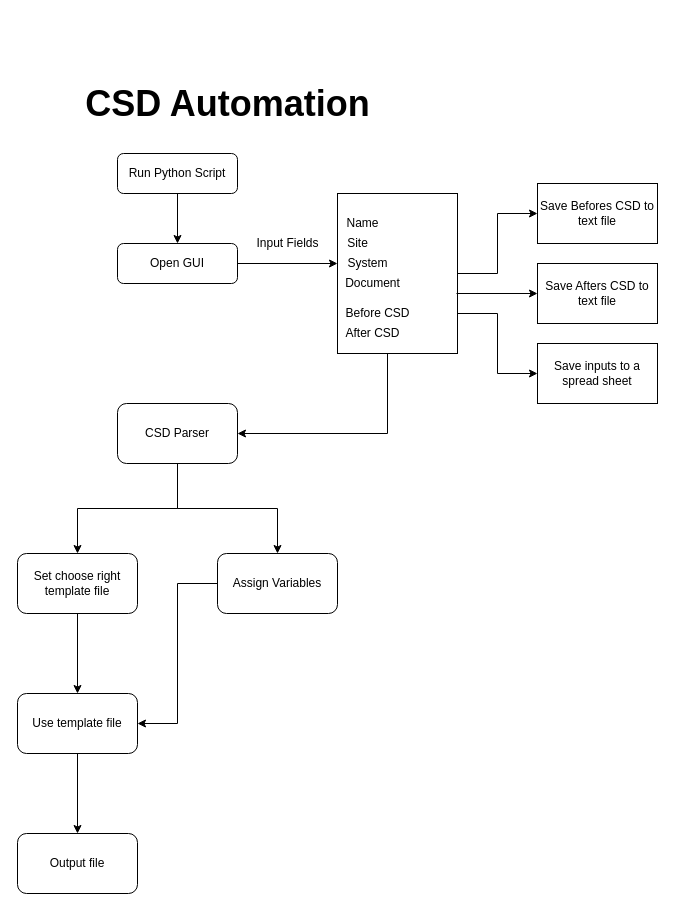
Before: Untitled Diagram.drawio in Danster3/AutoPaperWork, a draw.io diagram. Source tidied: cells renumbered, new cells numbered last; positions are measured from the earlier drawing's top-left corner, leaving out a move shared by most shapes. Both pictures are drawn from the tidied source at 100%, with x=0, y=0 at pixel (17, 88).
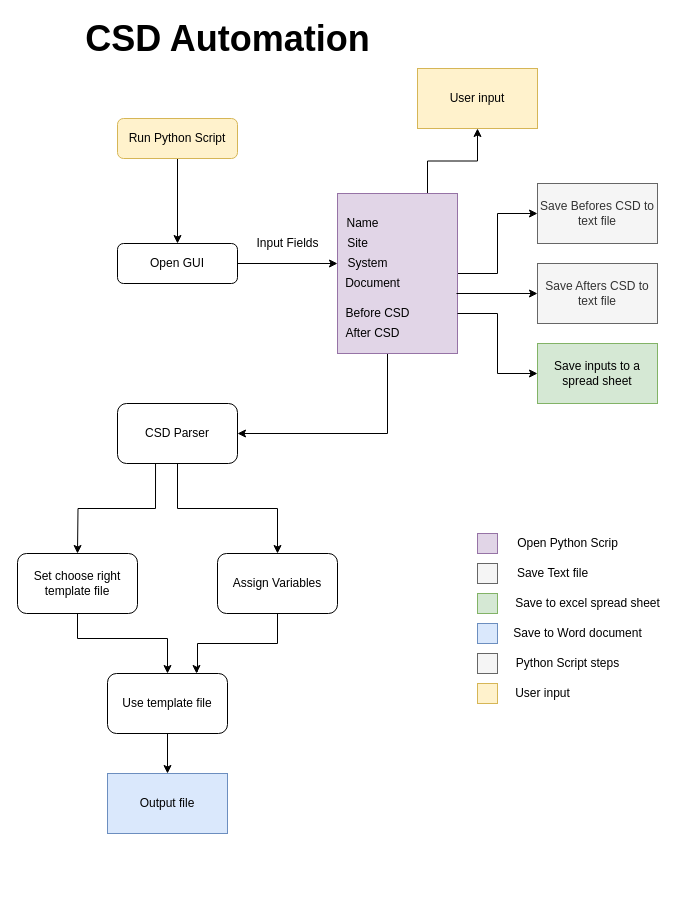
The same diagram, later.

Unchanged cells that the change refers to:
```xml
<mxCell id="19" value="CSD Parser" style="rounded=1;whiteSpace=wrap;html=1;" parent="1" vertex="1">
  <mxGeometry x="100" y="315" width="120" height="60" as="geometry" />
</mxCell>
<mxCell id="21" value="Assign Variables" style="rounded=1;whiteSpace=wrap;html=1;" parent="1" vertex="1">
  <mxGeometry x="200" y="465" width="120" height="60" as="geometry" />
</mxCell>
<mxCell id="28" value="Set choose right template file" style="rounded=1;whiteSpace=wrap;html=1;" parent="1" vertex="1">
  <mxGeometry y="465" width="120" height="60" as="geometry" />
</mxCell>
```

Change to the diagram source:
```diff
@@
-    <mxCell id="3" value="Run Python Script" style="rounded=1;whiteSpace=wrap;html=1;fontSize=12;glass=0;strokeWidth=1;shadow=0;" parent="1" vertex="1">
-      <mxGeometry x="100" y="65" width="120" height="40" as="geometry" />
+    <mxCell id="3" value="Run Python Script" style="rounded=1;whiteSpace=wrap;html=1;fontSize=12;glass=0;strokeWidth=1;shadow=0;fillColor=#fff2cc;strokeColor=#d6b656;" parent="1" vertex="1">
+      <mxGeometry x="100" y="30" width="120" height="40" as="geometry" />
     </mxCell>
     <mxCell id="4" value="&lt;font style=&quot;font-size: 36px&quot;&gt;&lt;b&gt;CSD Automation&lt;/b&gt;&lt;/font&gt;&lt;br&gt;" style="text;html=1;align=center;verticalAlign=middle;strokeColor=none;" parent="1" vertex="1">
-      <mxGeometry x="60" width="300" height="30" as="geometry" />
+      <mxGeometry x="60" y="-65" width="300" height="30" as="geometry" />
     </mxCell>
@@
+    <mxCell id="32" style="edgeStyle=orthogonalEdgeStyle;rounded=0;jettySize=auto;html=1;exitX=0.75;exitY=0;exitDx=0;exitDy=0;entryX=0.5;entryY=1;entryDx=0;entryDy=0;" parent="1" edge="1" source="9" target="44">
+      <mxGeometry relative="1" as="geometry" />
+    </mxCell>
-    <mxCell id="9" style="rounded=0;whiteSpace=wrap;html=1;" parent="1" vertex="1">
+    <mxCell id="9" style="rounded=0;whiteSpace=wrap;html=1;fillColor=#e1d5e7;strokeColor=#9673a6;" parent="1" vertex="1">
       <mxGeometry x="320" y="105" width="120" height="160" as="geometry" />
     </mxCell>
@@
-    <mxCell id="18" style="edgeStyle=orthogonalEdgeStyle;rounded=0;jettySize=auto;html=1;" parent="1" edge="1" source="19" target="28">
-      <mxGeometry relative="1" as="geometry" />
+    <mxCell id="18" style="edgeStyle=orthogonalEdgeStyle;rounded=0;jettySize=auto;html=1;exitX=0.317;exitY=1;exitDx=0;exitDy=0;exitPerimeter=0;" parent="1" edge="1" source="19">
+      <mxGeometry relative="1" as="geometry">
+        <mxPoint x="60" y="465" as="targetPoint" />
+      </mxGeometry>
     </mxCell>
@@
-    <mxCell id="20" style="edgeStyle=orthogonalEdgeStyle;rounded=0;jettySize=auto;html=1;entryX=1;entryY=0.5;entryDx=0;entryDy=0;" parent="1" edge="1" source="21" target="30">
-      <mxGeometry relative="1" as="geometry" />
+    <mxCell id="20" style="edgeStyle=orthogonalEdgeStyle;rounded=0;jettySize=auto;html=1;" parent="1" edge="1" source="21">
+      <mxGeometry relative="1" as="geometry">
+        <mxPoint x="179" y="585" as="targetPoint" />
+        <Array as="points">
+          <mxPoint x="260" y="555" />
+          <mxPoint x="180" y="555" />
+          <mxPoint x="180" y="583" />
+          <mxPoint x="179" y="583" />
+        </Array>
+      </mxGeometry>
     </mxCell>
@@
-    <mxCell id="22" value="Save Befores CSD to text file" style="whiteSpace=wrap;html=1;rounded=0;" parent="1" vertex="1">
+    <mxCell id="22" value="Save Befores CSD to text file" style="whiteSpace=wrap;html=1;rounded=0;fillColor=#f5f5f5;strokeColor=#666666;fontColor=#333333;" parent="1" vertex="1">
       <mxGeometry x="520" y="95" width="120" height="60" as="geometry" />
     </mxCell>
-    <mxCell id="23" value="Save Afters CSD to text file" style="whiteSpace=wrap;html=1;rounded=0;" parent="1" vertex="1">
+    <mxCell id="23" value="Save Afters CSD to text file" style="whiteSpace=wrap;html=1;rounded=0;fillColor=#f5f5f5;strokeColor=#666666;fontColor=#333333;" parent="1" vertex="1">
       <mxGeometry x="520" y="175" width="120" height="60" as="geometry" />
     </mxCell>
@@
-    <mxCell id="25" value="Save inputs to a spread sheet" style="whiteSpace=wrap;html=1;rounded=0;" parent="1" vertex="1">
+    <mxCell id="25" value="Save inputs to a spread sheet" style="whiteSpace=wrap;html=1;rounded=0;fillColor=#d5e8d4;strokeColor=#82b366;" parent="1" vertex="1">
       <mxGeometry x="520" y="255" width="120" height="60" as="geometry" />
     </mxCell>
@@
-    <mxCell id="27" style="edgeStyle=orthogonalEdgeStyle;rounded=0;jettySize=auto;html=1;" parent="1" edge="1" source="28" target="30">
-      <mxGeometry relative="1" as="geometry" />
+    <mxCell id="27" style="edgeStyle=orthogonalEdgeStyle;rounded=0;jettySize=auto;html=1;" parent="1" edge="1" target="30">
+      <mxGeometry relative="1" as="geometry">
+        <mxPoint x="60" y="525" as="sourcePoint" />
+        <Array as="points">
+          <mxPoint x="60" y="550" />
+          <mxPoint x="150" y="550" />
+        </Array>
+      </mxGeometry>
     </mxCell>
@@
     <mxCell id="30" value="Use template file" style="rounded=1;whiteSpace=wrap;html=1;" parent="1" vertex="1">
-      <mxGeometry y="605" width="120" height="60" as="geometry" />
+      <mxGeometry x="90" y="585" width="120" height="60" as="geometry" />
     </mxCell>
-    <mxCell id="31" value="Output file" style="rounded=1;whiteSpace=wrap;html=1;" parent="1" vertex="1">
-      <mxGeometry y="745" width="120" height="60" as="geometry" />
+    <mxCell id="31" value="Output file" style="rounded=0;whiteSpace=wrap;html=1;fillColor=#dae8fc;strokeColor=#6c8ebf;" parent="1" vertex="1">
+      <mxGeometry x="90" y="685" width="120" height="60" as="geometry" />
     </mxCell>
+    <mxCell id="33" style="rounded=0;whiteSpace=wrap;html=1;fillColor=#e1d5e7;strokeColor=#9673a6;" parent="1" vertex="1">
+      <mxGeometry x="460" y="445" width="20" height="20" as="geometry" />
+    </mxCell>
+    <mxCell id="34" style="rounded=0;whiteSpace=wrap;html=1;fillColor=#f5f5f5;strokeColor=#666666;fontColor=#333333;" parent="1" vertex="1">
+      <mxGeometry x="460" y="475" width="20" height="20" as="geometry" />
+    </mxCell>
+    <mxCell id="35" style="rounded=0;whiteSpace=wrap;html=1;fillColor=#d5e8d4;strokeColor=#82b366;" parent="1" vertex="1">
+      <mxGeometry x="460" y="505" width="20" height="20" as="geometry" />
+    </mxCell>
+    <mxCell id="36" style="rounded=0;whiteSpace=wrap;html=1;fillColor=#dae8fc;strokeColor=#6c8ebf;" parent="1" vertex="1">
+      <mxGeometry x="460" y="535" width="20" height="20" as="geometry" />
+    </mxCell>
+    <mxCell id="37" style="rounded=0;whiteSpace=wrap;html=1;fillColor=#f5f5f5;strokeColor=#666666;fontColor=#333333;" parent="1" vertex="1">
+      <mxGeometry x="460" y="565" width="20" height="20" as="geometry" />
+    </mxCell>
+    <mxCell id="38" value="Open Python Scrip" style="text;html=1;align=center;verticalAlign=middle;strokeColor=none;" parent="1" vertex="1">
+      <mxGeometry x="490" y="445" width="120" height="20" as="geometry" />
+    </mxCell>
+    <mxCell id="39" value="Save Text file" style="text;html=1;align=center;verticalAlign=middle;strokeColor=none;" parent="1" vertex="1">
+      <mxGeometry x="490" y="475" width="90" height="20" as="geometry" />
+    </mxCell>
+    <mxCell id="40" value="Save to excel spread sheet" style="text;html=1;align=center;verticalAlign=middle;strokeColor=none;" parent="1" vertex="1">
+      <mxGeometry x="490" y="505" width="160" height="20" as="geometry" />
+    </mxCell>
+    <mxCell id="41" value="Save to Word document" style="text;html=1;align=center;verticalAlign=middle;strokeColor=none;" parent="1" vertex="1">
+      <mxGeometry x="490" y="535" width="140" height="20" as="geometry" />
+    </mxCell>
+    <mxCell id="42" value="Python Script steps" style="text;html=1;align=center;verticalAlign=middle;strokeColor=none;" parent="1" vertex="1">
+      <mxGeometry x="490" y="565" width="120" height="20" as="geometry" />
+    </mxCell>
+    <mxCell id="43" style="rounded=0;whiteSpace=wrap;html=1;fillColor=#fff2cc;strokeColor=#d6b656;" parent="1" vertex="1">
+      <mxGeometry x="460" y="595" width="20" height="20" as="geometry" />
+    </mxCell>
+    <mxCell id="44" value="User input" style="rounded=0;whiteSpace=wrap;html=1;fillColor=#fff2cc;strokeColor=#d6b656;" parent="1" vertex="1">
+      <mxGeometry x="400" y="-20" width="120" height="60" as="geometry" />
+    </mxCell>
+    <mxCell id="45" value="User input" style="text;html=1;align=center;verticalAlign=middle;strokeColor=none;" parent="1" vertex="1">
+      <mxGeometry x="490" y="595" width="70" height="20" as="geometry" />
+    </mxCell>
```
